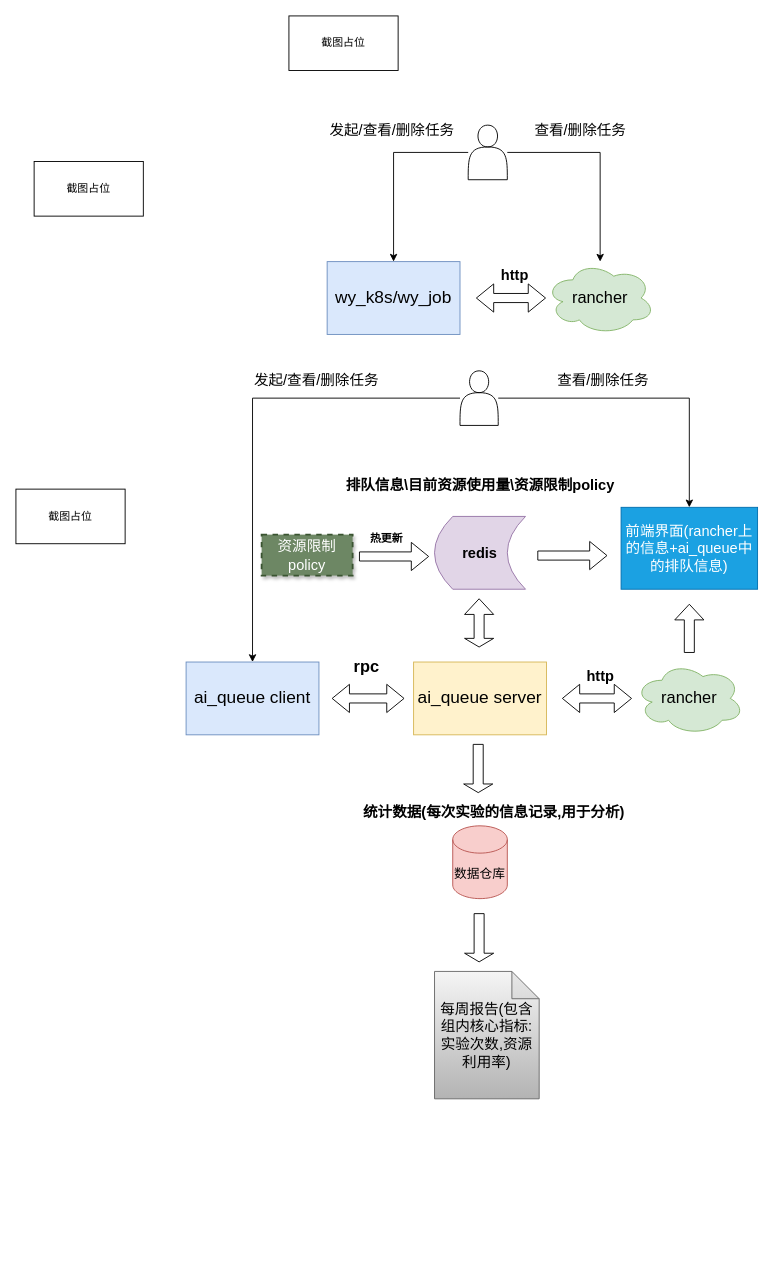
The draw.io diagram 训练任务智能排队.drawio in 111qqz/2018FALL, before the edit. Source tidied: cells renumbered, new cells numbered last; positions are measured from the earlier drawing's top-left corner, leaving out a move shared by most shapes. Both pictures are drawn from the tidied source at 91%, with x=0, y=0 at pixel (15, 15).
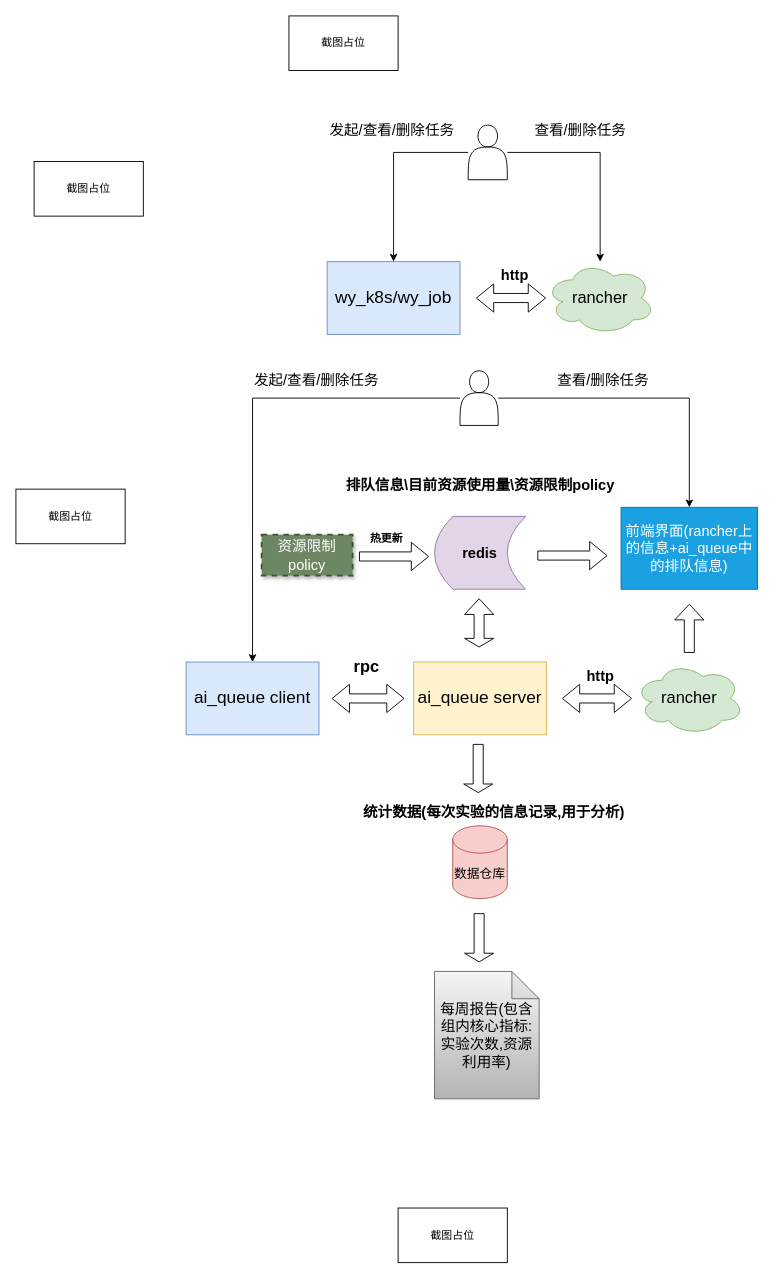
The same page after the edit.

Commit message (it also covers changes not shown here):
更新训练任务智能排队.drawio

What changed in the source:
```diff
@@
+    <mxCell id="40" value="截图占位" style="whiteSpace=wrap;html=1;" parent="1" vertex="1">
+      <mxGeometry x="420" y="1310" width="120" height="60" as="geometry" />
+    </mxCell>
```
